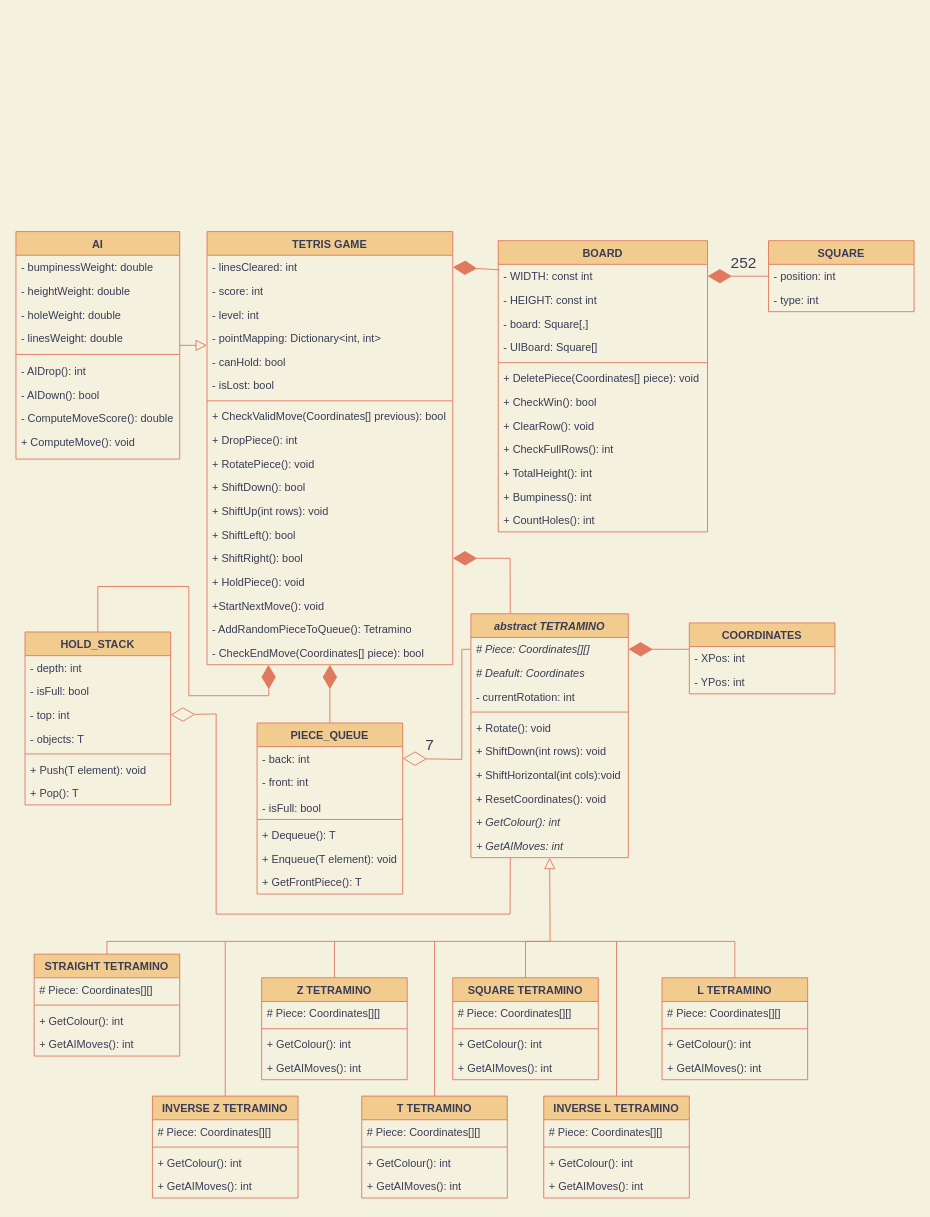
Hashir-Majeed/Tetris keeps this draw.io diagram as Tetris/Properties/Tetris Class Diagram.drawio. Above is the earlier version. Source tidied: cells renumbered, new cells numbered last; positions are measured from the earlier drawing's top-left corner, leaving out a move shared by most shapes. Both pictures are drawn from the tidied source at 91%, with x=0, y=0 at pixel (15, 231).
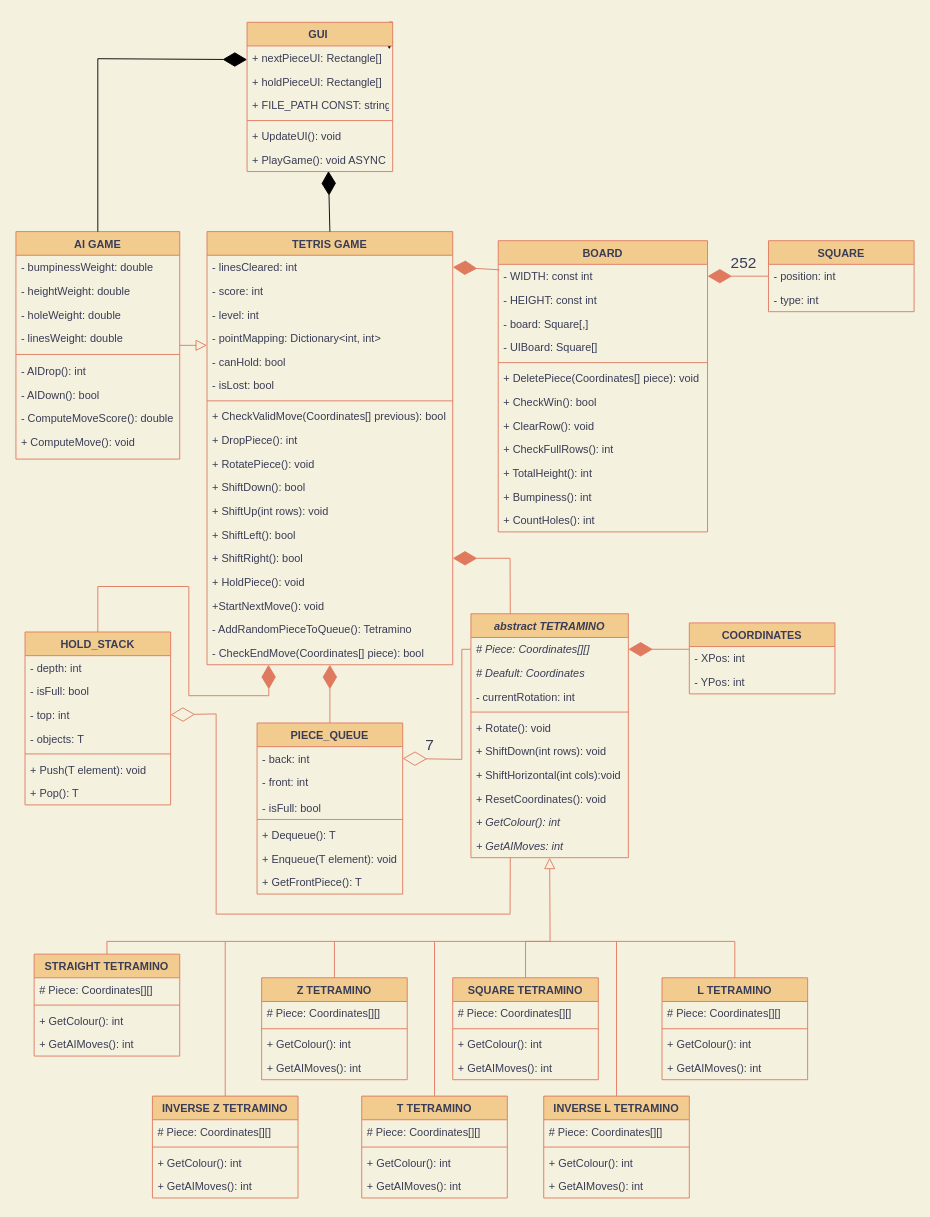
The same diagram, later.

The change refers to these unchanged cells:
```xml
<mxCell id="2" value="TETRIS GAME" style="swimlane;fontStyle=1;align=center;verticalAlign=top;horizontal=1;startSize=26;rounded=0;shadow=0;strokeWidth=1;fillColor=#F2CC8F;strokeColor=#E07A5F;fontColor=#393C56;" parent="1" vertex="1">
  <mxGeometry x="210" width="270" height="476" as="geometry" />
</mxCell>
```

The edit, as a diff of the source:
```diff
@@
-    <mxCell id="21" value="AI" style="swimlane;fontStyle=1;align=center;verticalAlign=top;horizontal=1;startSize=26;rounded=0;shadow=0;strokeWidth=1;fillColor=#F2CC8F;strokeColor=#E07A5F;fontColor=#393C56;" parent="1" vertex="1">
+    <mxCell id="21" value="AI GAME" style="swimlane;fontStyle=1;align=center;verticalAlign=top;horizontal=1;startSize=26;rounded=0;shadow=0;strokeWidth=1;fillColor=#F2CC8F;strokeColor=#E07A5F;fontColor=#393C56;" parent="1" vertex="1">
       <mxGeometry width="180" height="250" as="geometry" />
     </mxCell>
@@
+    <mxCell id="130" style="edgeStyle=orthogonalEdgeStyle;rounded=0;jettySize=auto;html=1;exitX=1;exitY=0;exitDx=0;exitDy=0;" parent="1" edge="1" source="131">
+      <mxGeometry relative="1" as="geometry">
+        <mxPoint x="410.3" y="-200.3" as="targetPoint" />
+      </mxGeometry>
+    </mxCell>
+    <mxCell id="131" value="GUI " style="swimlane;fontStyle=1;align=center;verticalAlign=top;horizontal=1;startSize=26;fillColor=#F2CC8F;strokeColor=#E07A5F;fontColor=#393C56;" parent="1" vertex="1">
+      <mxGeometry x="254" y="-230" width="160" height="164" as="geometry" />
+    </mxCell>
+    <mxCell id="132" value="+ nextPieceUI: Rectangle[]" style="text;strokeColor=none;fillColor=none;align=left;verticalAlign=top;spacingLeft=4;spacingRight=4;overflow=hidden;fontColor=#393C56;" parent="131" vertex="1">
+      <mxGeometry y="26" width="160" height="26" as="geometry" />
+    </mxCell>
+    <mxCell id="133" value="+ holdPieceUI: Rectangle[]" style="text;strokeColor=none;fillColor=none;align=left;verticalAlign=top;spacingLeft=4;spacingRight=4;overflow=hidden;fontColor=#393C56;" parent="131" vertex="1">
+      <mxGeometry y="52" width="160" height="26" as="geometry" />
+    </mxCell>
+    <mxCell id="134" value="+ FILE_PATH CONST: string" style="text;strokeColor=none;fillColor=none;align=left;verticalAlign=top;spacingLeft=4;spacingRight=4;overflow=hidden;fontColor=#393C56;" parent="131" vertex="1">
+      <mxGeometry y="78" width="160" height="26" as="geometry" />
+    </mxCell>
+    <mxCell id="135" style="line;html=1;strokeWidth=1;align=left;verticalAlign=middle;spacingTop=-1;spacingLeft=3;spacingRight=3;labelPosition=right;labelBackgroundColor=#F4F1DE;fillColor=#F2CC8F;strokeColor=#E07A5F;fontColor=#393C56;" parent="131" vertex="1">
+      <mxGeometry y="104" width="160" height="8" as="geometry" />
+    </mxCell>
+    <mxCell id="136" value="+ UpdateUI(): void" style="text;align=left;verticalAlign=top;spacingLeft=4;spacingRight=4;overflow=hidden;rounded=0;shadow=0;html=0;fontColor=#393C56;" parent="131" vertex="1">
+      <mxGeometry y="112" width="160" height="26" as="geometry" />
+    </mxCell>
+    <mxCell id="137" value="+ PlayGame(): void ASYNC" style="text;align=left;verticalAlign=top;spacingLeft=4;spacingRight=4;overflow=hidden;points=[[0,0.5],[1,0.5]];portConstraint=eastwest;rounded=0;shadow=0;html=0;fontColor=#393C56;" parent="131" vertex="1">
+      <mxGeometry y="138" width="160" height="26" as="geometry" />
+    </mxCell>
+    <mxCell id="138" style="endArrow=diamondThin;endFill=1;endSize=24;html=1;rounded=0;entryX=0;entryY=0.25;entryDx=0;entryDy=0;exitX=0.5;exitY=0;exitDx=0;exitDy=0;" parent="1" edge="1" source="21" target="131">
+      <mxGeometry relative="1" as="geometry">
+        <Array as="points">
+          <mxPoint x="90" y="-190" />
+        </Array>
+      </mxGeometry>
+    </mxCell>
+    <mxCell id="139" style="endArrow=diamondThin;endFill=1;endSize=24;html=1;rounded=0;exitX=0.5;exitY=0;exitDx=0;exitDy=0;entryX=0.559;entryY=0.981;entryDx=0;entryDy=0;entryPerimeter=0;" parent="1" edge="1" source="2" target="137">
+      <mxGeometry relative="1" as="geometry" />
+    </mxCell>
```
